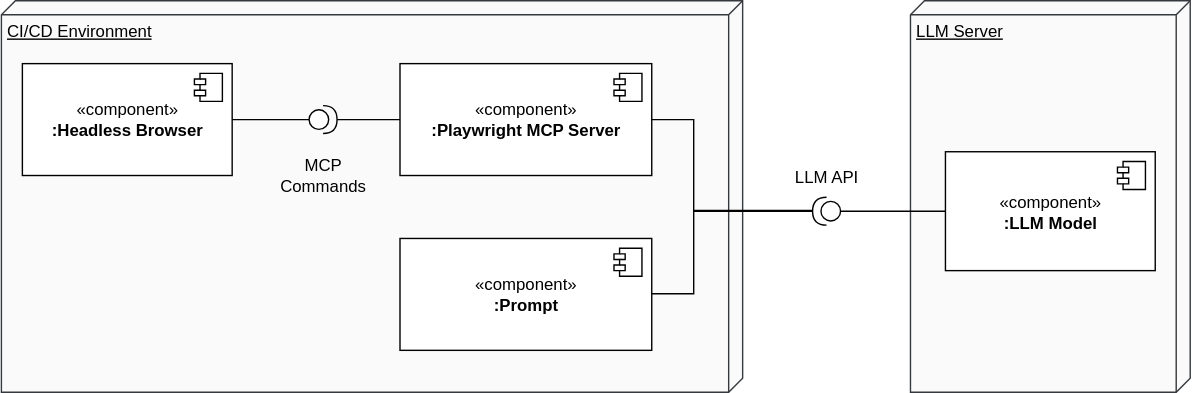
The draw.io diagram figures/mcp_remote.drawio.svg in tobikli/ba-thesis, before a commit. Source tidied: cells renumbered, new cells last; positions are measured from the earlier drawing's top-left corner, leaving out a move shared by most shapes. Its diagram source:
```xml
<mxGraphModel>
  <root>
    <mxCell id="0" />
    <mxCell id="1" parent="0" />
    <mxCell id="2" value="CI/CD Environment" style="verticalAlign=top;align=left;spacingTop=8;spacingLeft=2;spacingRight=12;shape=cube;size=10;direction=south;fontStyle=4;html=1;whiteSpace=wrap;fillColor=#FAFAFA;strokeColor=#36393d;" parent="1" vertex="1">
      <mxGeometry width="530" height="280" as="geometry" />
    </mxCell>
    <mxCell id="3" value="«component&lt;span style=&quot;background-color: transparent; color: light-dark(rgb(0, 0, 0), rgb(255, 255, 255));&quot;&gt;»&lt;/span&gt;&lt;div&gt;&lt;b&gt;:Playwright MCP Server&lt;/b&gt;&lt;/div&gt;" style="html=1;whiteSpace=wrap;" parent="1" vertex="1">
      <mxGeometry x="285" y="45" width="180" height="80" as="geometry" />
    </mxCell>
    <mxCell id="4" style="shape=module;jettyWidth=8;jettyHeight=4;" parent="3" vertex="1">
      <mxGeometry x="1" width="20" height="20" relative="1" as="geometry">
        <mxPoint x="-27" y="7" as="offset" />
      </mxGeometry>
    </mxCell>
    <mxCell id="5" value="LLM Server" style="verticalAlign=top;align=left;spacingTop=8;spacingLeft=2;spacingRight=12;shape=cube;size=10;direction=south;fontStyle=4;html=1;whiteSpace=wrap;fillColor=#FAFAFA;strokeColor=#36393d;" parent="1" vertex="1">
      <mxGeometry x="650" width="200" height="280" as="geometry" />
    </mxCell>
    <mxCell id="6" value="«component&lt;span style=&quot;background-color: transparent; color: light-dark(rgb(0, 0, 0), rgb(255, 255, 255));&quot;&gt;»&lt;/span&gt;&lt;div&gt;&lt;b&gt;:LLM Model&lt;/b&gt;&lt;/div&gt;" style="html=1;whiteSpace=wrap;" parent="1" vertex="1">
      <mxGeometry x="675" y="108" width="150" height="85" as="geometry" />
    </mxCell>
    <mxCell id="7" style="shape=module;jettyWidth=8;jettyHeight=4;" parent="6" vertex="1">
      <mxGeometry x="1" width="20" height="20" relative="1" as="geometry">
        <mxPoint x="-27" y="7" as="offset" />
      </mxGeometry>
    </mxCell>
    <mxCell id="8" value="«component&lt;span style=&quot;background-color: transparent; color: light-dark(rgb(0, 0, 0), rgb(255, 255, 255));&quot;&gt;»&lt;/span&gt;&lt;div&gt;&lt;b&gt;:Headless Browser&lt;/b&gt;&lt;/div&gt;" style="html=1;whiteSpace=wrap;" parent="1" vertex="1">
      <mxGeometry x="15" y="45" width="150" height="80" as="geometry" />
    </mxCell>
    <mxCell id="9" style="shape=module;jettyWidth=8;jettyHeight=4;" parent="8" vertex="1">
      <mxGeometry x="1" width="20" height="20" relative="1" as="geometry">
        <mxPoint x="-27" y="7" as="offset" />
      </mxGeometry>
    </mxCell>
    <mxCell id="10" style="edgeStyle=orthogonalEdgeStyle;rounded=0;jettySize=auto;html=1;entryX=0;entryY=0.5;entryDx=0;entryDy=0;endArrow=none;endFill=0;" parent="1" edge="1" source="11" target="6">
      <mxGeometry relative="1" as="geometry" />
    </mxCell>
    <mxCell id="11" style="shape=providedRequiredInterface;html=1;verticalLabelPosition=bottom;sketch=0;flipH=1;" parent="1" vertex="1">
      <mxGeometry x="580" y="140.5" width="20" height="20" as="geometry" />
    </mxCell>
    <mxCell id="12" style="edgeStyle=orthogonalEdgeStyle;rounded=0;jettySize=auto;html=1;entryX=1;entryY=0.5;entryDx=0;entryDy=0;entryPerimeter=0;endArrow=none;endFill=0;exitX=1;exitY=0.5;exitDx=0;exitDy=0;" parent="1" edge="1" source="3" target="11">
      <mxGeometry relative="1" as="geometry">
        <Array as="points">
          <mxPoint x="495" y="85" />
          <mxPoint x="495" y="150" />
          <mxPoint x="580" y="150" />
        </Array>
      </mxGeometry>
    </mxCell>
    <mxCell id="13" style="edgeStyle=orthogonalEdgeStyle;rounded=0;jettySize=auto;html=1;entryX=1;entryY=0.5;entryDx=0;entryDy=0;endArrow=none;endFill=0;" parent="1" edge="1" source="14" target="8">
      <mxGeometry relative="1" as="geometry" />
    </mxCell>
    <mxCell id="14" style="shape=providedRequiredInterface;html=1;verticalLabelPosition=bottom;sketch=0;flipH=0;flipV=1;" parent="1" vertex="1">
      <mxGeometry x="220" y="75" width="20" height="20" as="geometry" />
    </mxCell>
    <mxCell id="15" value="LLM API" style="text;html=1;align=center;verticalAlign=middle;whiteSpace=wrap;rounded=0;" parent="1" vertex="1">
      <mxGeometry x="545" y="110.5" width="90" height="30" as="geometry" />
    </mxCell>
    <mxCell id="16" value="MCP Commands" style="text;html=1;align=center;verticalAlign=middle;whiteSpace=wrap;rounded=0;" parent="1" vertex="1">
      <mxGeometry x="185" y="110" width="90" height="30" as="geometry" />
    </mxCell>
    <mxCell id="17" style="edgeStyle=orthogonalEdgeStyle;rounded=0;jettySize=auto;html=1;entryX=1;entryY=0.5;entryDx=0;entryDy=0;entryPerimeter=0;endArrow=none;endFill=0;" parent="1" edge="1" source="3" target="14">
      <mxGeometry relative="1" as="geometry" />
    </mxCell>
    <mxCell id="18" value="«component&lt;span style=&quot;background-color: transparent; color: light-dark(rgb(0, 0, 0), rgb(255, 255, 255));&quot;&gt;»&lt;/span&gt;&lt;div&gt;&lt;b&gt;:Prompt&lt;/b&gt;&lt;/div&gt;" style="html=1;whiteSpace=wrap;" parent="1" vertex="1">
      <mxGeometry x="285" y="170" width="180" height="80" as="geometry" />
    </mxCell>
    <mxCell id="19" style="shape=module;jettyWidth=8;jettyHeight=4;" parent="18" vertex="1">
      <mxGeometry x="1" width="20" height="20" relative="1" as="geometry">
        <mxPoint x="-27" y="7" as="offset" />
      </mxGeometry>
    </mxCell>
    <mxCell id="20" style="edgeStyle=orthogonalEdgeStyle;rounded=0;orthogonalLoop=1;jettySize=auto;html=1;entryX=1;entryY=0.5;entryDx=0;entryDy=0;entryPerimeter=0;endArrow=none;endFill=0;" parent="1" edge="1">
      <mxGeometry relative="1" as="geometry">
        <mxPoint x="465" y="209.5" as="sourcePoint" />
        <mxPoint x="580" y="150" as="targetPoint" />
        <Array as="points">
          <mxPoint x="495" y="209.5" />
          <mxPoint x="495" y="150.5" />
          <mxPoint x="580" y="150.5" />
        </Array>
      </mxGeometry>
    </mxCell>
  </root>
</mxGraphModel>
```
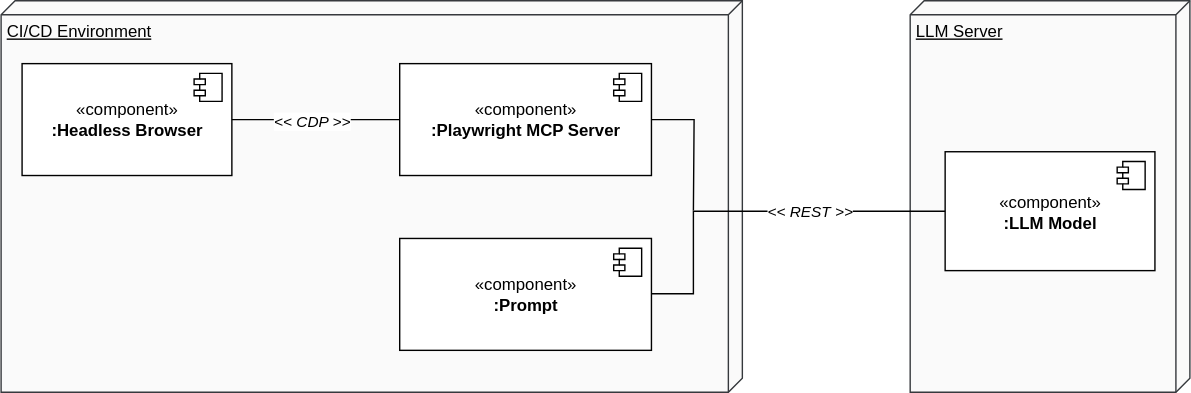
Later version of the same file.

The edit, as a diff of the source:
```diff
@@ -5,6 +5,11 @@
     <mxCell id="2" value="CI/CD Environment" style="verticalAlign=top;align=left;spacingTop=8;spacingLeft=2;spacingRight=12;shape=cube;size=10;direction=south;fontStyle=4;html=1;whiteSpace=wrap;fillColor=#FAFAFA;strokeColor=#36393d;" parent="1" vertex="1">
       <mxGeometry width="530" height="280" as="geometry" />
     </mxCell>
+    <mxCell id="21" style="edgeStyle=orthogonalEdgeStyle;rounded=0;jettySize=auto;html=1;endArrow=none;endFill=0;" parent="1" edge="1" source="3">
+      <mxGeometry relative="1" as="geometry">
+        <mxPoint x="495" y="150" as="targetPoint" />
+      </mxGeometry>
+    </mxCell>
     <mxCell id="3" value="«component&lt;span style=&quot;background-color: transparent; color: light-dark(rgb(0, 0, 0), rgb(255, 255, 255));&quot;&gt;»&lt;/span&gt;&lt;div&gt;&lt;b&gt;:Playwright MCP Server&lt;/b&gt;&lt;/div&gt;" style="html=1;whiteSpace=wrap;" parent="1" vertex="1">
       <mxGeometry x="285" y="45" width="180" height="80" as="geometry" />
     </mxCell>
@@ -32,36 +37,12 @@
         <mxPoint x="-27" y="7" as="offset" />
       </mxGeometry>
     </mxCell>
-    <mxCell id="10" style="edgeStyle=orthogonalEdgeStyle;rounded=0;jettySize=auto;html=1;entryX=0;entryY=0.5;entryDx=0;entryDy=0;endArrow=none;endFill=0;" parent="1" edge="1" source="11" target="6">
-      <mxGeometry relative="1" as="geometry" />
-    </mxCell>
-    <mxCell id="11" style="shape=providedRequiredInterface;html=1;verticalLabelPosition=bottom;sketch=0;flipH=1;" parent="1" vertex="1">
-      <mxGeometry x="580" y="140.5" width="20" height="20" as="geometry" />
-    </mxCell>
-    <mxCell id="12" style="edgeStyle=orthogonalEdgeStyle;rounded=0;jettySize=auto;html=1;entryX=1;entryY=0.5;entryDx=0;entryDy=0;entryPerimeter=0;endArrow=none;endFill=0;exitX=1;exitY=0.5;exitDx=0;exitDy=0;" parent="1" edge="1" source="3" target="11">
-      <mxGeometry relative="1" as="geometry">
-        <Array as="points">
-          <mxPoint x="495" y="85" />
-          <mxPoint x="495" y="150" />
-          <mxPoint x="580" y="150" />
-        </Array>
-      </mxGeometry>
-    </mxCell>
-    <mxCell id="13" style="edgeStyle=orthogonalEdgeStyle;rounded=0;jettySize=auto;html=1;entryX=1;entryY=0.5;entryDx=0;entryDy=0;endArrow=none;endFill=0;" parent="1" edge="1" source="14" target="8">
-      <mxGeometry relative="1" as="geometry" />
-    </mxCell>
-    <mxCell id="14" style="shape=providedRequiredInterface;html=1;verticalLabelPosition=bottom;sketch=0;flipH=0;flipV=1;" parent="1" vertex="1">
-      <mxGeometry x="220" y="75" width="20" height="20" as="geometry" />
-    </mxCell>
-    <mxCell id="15" value="LLM API" style="text;html=1;align=center;verticalAlign=middle;whiteSpace=wrap;rounded=0;" parent="1" vertex="1">
-      <mxGeometry x="545" y="110.5" width="90" height="30" as="geometry" />
-    </mxCell>
-    <mxCell id="16" value="MCP Commands" style="text;html=1;align=center;verticalAlign=middle;whiteSpace=wrap;rounded=0;" parent="1" vertex="1">
-      <mxGeometry x="185" y="110" width="90" height="30" as="geometry" />
-    </mxCell>
-    <mxCell id="17" style="edgeStyle=orthogonalEdgeStyle;rounded=0;jettySize=auto;html=1;entryX=1;entryY=0.5;entryDx=0;entryDy=0;entryPerimeter=0;endArrow=none;endFill=0;" parent="1" edge="1" source="3" target="14">
+    <mxCell id="17" style="edgeStyle=orthogonalEdgeStyle;rounded=0;jettySize=auto;html=1;entryX=1;entryY=0.5;entryDx=0;entryDy=0;endArrow=none;endFill=0;" parent="1" edge="1" source="3" target="8">
       <mxGeometry relative="1" as="geometry" />
     </mxCell>
+    <mxCell id="22" value="&lt;i&gt;&amp;lt;&amp;lt; CDP &amp;gt;&amp;gt;&lt;/i&gt;" style="edgeLabel;html=1;align=center;verticalAlign=middle;" parent="17" vertex="1">
+      <mxGeometry x="0.06" relative="1" as="geometry" />
+    </mxCell>
     <mxCell id="18" value="«component&lt;span style=&quot;background-color: transparent; color: light-dark(rgb(0, 0, 0), rgb(255, 255, 255));&quot;&gt;»&lt;/span&gt;&lt;div&gt;&lt;b&gt;:Prompt&lt;/b&gt;&lt;/div&gt;" style="html=1;whiteSpace=wrap;" parent="1" vertex="1">
       <mxGeometry x="285" y="170" width="180" height="80" as="geometry" />
     </mxCell>
@@ -70,16 +51,17 @@
         <mxPoint x="-27" y="7" as="offset" />
       </mxGeometry>
     </mxCell>
-    <mxCell id="20" style="edgeStyle=orthogonalEdgeStyle;rounded=0;orthogonalLoop=1;jettySize=auto;html=1;entryX=1;entryY=0.5;entryDx=0;entryDy=0;entryPerimeter=0;endArrow=none;endFill=0;" parent="1" edge="1">
+    <mxCell id="20" style="edgeStyle=orthogonalEdgeStyle;rounded=0;jettySize=auto;html=1;entryX=0;entryY=0.5;entryDx=0;entryDy=0;endArrow=none;endFill=0;" parent="1" edge="1" target="6">
       <mxGeometry relative="1" as="geometry">
         <mxPoint x="465" y="209.5" as="sourcePoint" />
-        <mxPoint x="580" y="150" as="targetPoint" />
         <Array as="points">
-          <mxPoint x="495" y="209.5" />
-          <mxPoint x="495" y="150.5" />
-          <mxPoint x="580" y="150.5" />
+          <mxPoint x="495" y="210" />
+          <mxPoint x="495" y="151" />
         </Array>
       </mxGeometry>
     </mxCell>
+    <mxCell id="23" value="&lt;i&gt;&amp;lt;&amp;lt; REST &amp;gt;&amp;gt;&lt;/i&gt;" style="edgeLabel;html=1;align=center;verticalAlign=middle;" parent="20" vertex="1">
+      <mxGeometry x="0.27" relative="1" as="geometry" />
+    </mxCell>
   </root>
 </mxGraphModel>
```
